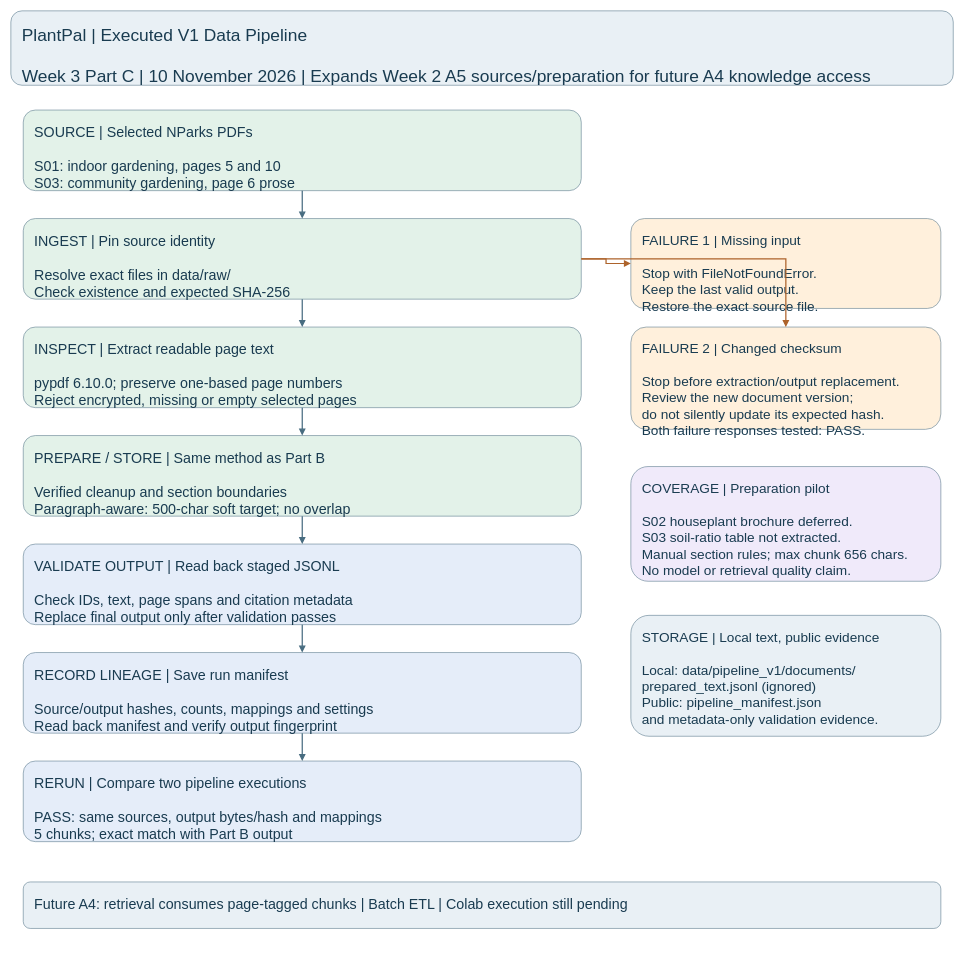
This is docs/week3_pipeline_diagram.drawio from Pokeepic/ai-engineering-home-garden-companion, a draw.io file, before an edit. Source tidied: cells renumbered, new cells numbered last; positions are measured from the earlier drawing's top-left corner, leaving out a move shared by most shapes. Both pictures are drawn from the tidied source at 62%, with x=0, y=0 at pixel (11, 11).
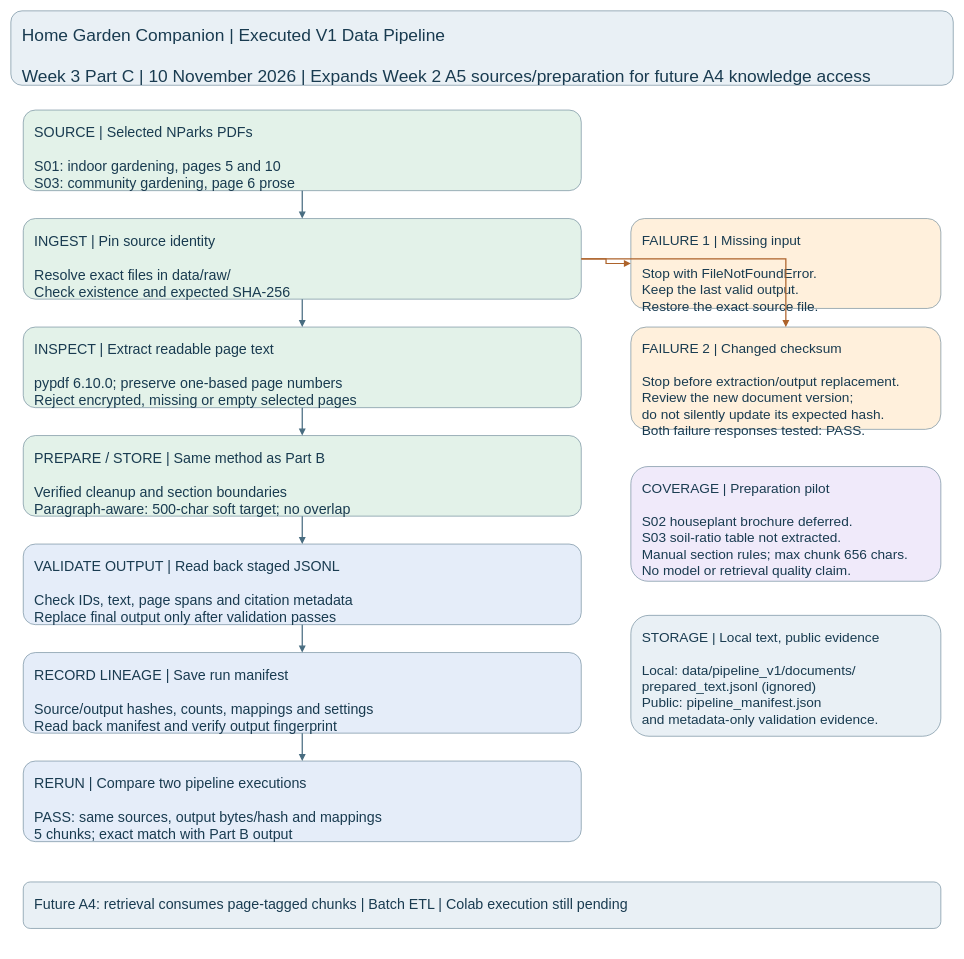
After the change.

Diff of the diagram source:
```diff
@@
-    <mxCell id="2" value="PlantPal | Executed V1 Data Pipeline&#10;&#10;Week 3 Part C | 10 November 2026 | Expands Week 2 A5 sources/preparation for future A4 knowledge access" style="rounded=1;whiteSpace=wrap;html=0;fillColor=#e9f0f5;strokeColor=#658294;fontColor=#193b50;fontSize=28;align=left;verticalAlign=top;spacing=18;" parent="1" vertex="1">
+    <mxCell id="2" value="Home Garden Companion | Executed V1 Data Pipeline&#10;&#10;Week 3 Part C | 10 November 2026 | Expands Week 2 A5 sources/preparation for future A4 knowledge access" style="rounded=1;whiteSpace=wrap;html=0;fillColor=#e9f0f5;strokeColor=#658294;fontColor=#193b50;fontSize=28;align=left;verticalAlign=top;spacing=18;" parent="1" vertex="1">
       <mxGeometry width="1520" height="120" as="geometry" />
     </mxCell>
```
